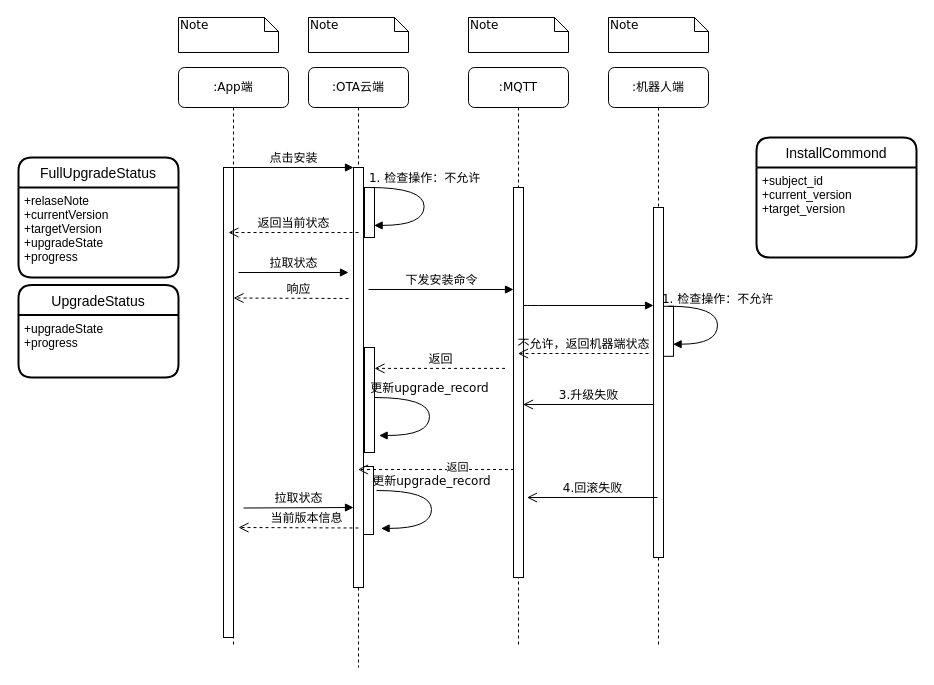
This is craft/ex upgrade_flow.drawio from feihu618/drawio, a draw.io file, before an edit. Source tidied: cells renumbered, new cells numbered last; positions are measured from the earlier drawing's top-left corner, leaving out a move shared by most shapes. Both pictures are drawn from the tidied source at 100%, with x=0, y=0 at pixel (18, 17).
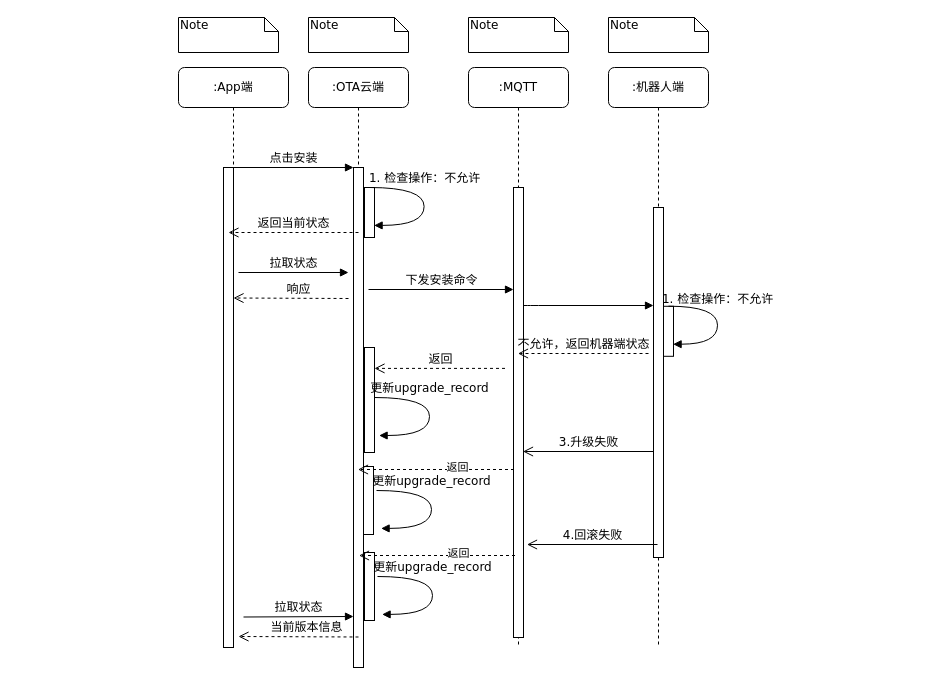
Above is the later version.

The change refers to these unchanged cells:
```xml
<mxCell id="2" value=":OTA云端" style="shape=umlLifeline;perimeter=lifelinePerimeter;whiteSpace=wrap;html=1;rounded=1;shadow=0;comic=0;labelBackgroundColor=none;strokeWidth=1;fontFamily=Verdana;fontSize=12;align=center;" parent="1" vertex="1">
  <mxGeometry x="290" y="50" width="100" height="600" as="geometry" />
</mxCell>
<mxCell id="9" value=":MQTT" style="shape=umlLifeline;perimeter=lifelinePerimeter;whiteSpace=wrap;html=1;rounded=1;shadow=0;comic=0;labelBackgroundColor=none;strokeWidth=1;fontFamily=Verdana;fontSize=12;align=center;" parent="1" vertex="1">
  <mxGeometry x="450" y="50" width="100" height="580" as="geometry" />
</mxCell>
<mxCell id="14" value=":App端" style="shape=umlLifeline;perimeter=lifelinePerimeter;whiteSpace=wrap;html=1;rounded=1;shadow=0;comic=0;labelBackgroundColor=none;strokeWidth=1;fontFamily=Verdana;fontSize=12;align=center;" parent="1" vertex="1">
  <mxGeometry x="160" y="50" width="110" height="580" as="geometry" />
</mxCell>
```

What changed in the source:
```diff
@@
     <mxCell id="3" style="html=1;points=[];perimeter=orthogonalPerimeter;rounded=0;shadow=0;comic=0;labelBackgroundColor=none;strokeWidth=1;fontFamily=Verdana;fontSize=12;align=center;" parent="2" vertex="1">
-      <mxGeometry x="45" y="100" width="10" height="420" as="geometry" />
+      <mxGeometry x="45" y="100" width="10" height="500" as="geometry" />
     </mxCell>
@@
     <mxCell id="5" value="拉取状态" style="html=1;verticalAlign=bottom;endArrow=block;entryX=0;entryY=0;labelBackgroundColor=none;fontFamily=Verdana;fontSize=12;edgeStyle=elbowEdgeStyle;elbow=vertical;" parent="2" edge="1">
       <mxGeometry relative="1" as="geometry">
-        <mxPoint x="-65" y="440.5" as="sourcePoint" />
-        <mxPoint x="45" y="440" as="targetPoint" />
+        <mxPoint x="-65" y="549.5" as="sourcePoint" />
+        <mxPoint x="45" y="549" as="targetPoint" />
         <Array as="points">
-          <mxPoint x="-80" y="440" />
+          <mxPoint x="-80" y="549" />
         </Array>
       </mxGeometry>
     </mxCell>
@@
     <mxCell id="10" style="html=1;perimeter=orthogonalPerimeter;rounded=0;shadow=0;comic=0;labelBackgroundColor=none;strokeWidth=1;fontFamily=Verdana;fontSize=12;align=center;" parent="9" vertex="1">
-      <mxGeometry x="45" y="120" width="10" height="390" as="geometry" />
+      <mxGeometry x="45" y="120" width="10" height="450" as="geometry" />
     </mxCell>
@@
     <mxCell id="15" style="html=1;points=[];perimeter=orthogonalPerimeter;rounded=0;shadow=0;comic=0;labelBackgroundColor=none;strokeWidth=1;fontFamily=Verdana;fontSize=12;align=center;" parent="14" vertex="1">
-      <mxGeometry x="45" y="100" width="10" height="470" as="geometry" />
+      <mxGeometry x="45" y="100" width="10" height="480" as="geometry" />
     </mxCell>
@@
     <mxCell id="30" value="3.升级失败" style="html=1;verticalAlign=bottom;endArrow=open;endSize=8;labelBackgroundColor=none;fontFamily=Verdana;fontSize=12;" parent="1" edge="1">
       <mxGeometry relative="1" as="geometry">
-        <mxPoint x="635" y="387" as="sourcePoint" />
-        <mxPoint x="504.5" y="387" as="targetPoint" />
+        <mxPoint x="635" y="434" as="sourcePoint" />
+        <mxPoint x="504.5" y="434" as="targetPoint" />
       </mxGeometry>
     </mxCell>
     <mxCell id="31" value="当前版本信息" style="html=1;verticalAlign=bottom;endArrow=open;dashed=1;endSize=8;labelBackgroundColor=none;fontFamily=Verdana;fontSize=12;" parent="1" edge="1">
       <mxGeometry x="-0.13" relative="1" as="geometry">
-        <mxPoint x="340" y="510.5" as="sourcePoint" />
-        <mxPoint x="220" y="510" as="targetPoint" />
+        <mxPoint x="340" y="619.5" as="sourcePoint" />
+        <mxPoint x="220" y="619" as="targetPoint" />
       </mxGeometry>
     </mxCell>
@@
-    <mxCell id="33" value="InstallCommond" style="swimlane;horizontal=1;startSize=30;rounded=1;fontSize=14;fontStyle=0;strokeWidth=2;shadow=0;dashed=0;align=center;" parent="1" vertex="1">
-      <mxGeometry x="738" y="120" width="160" height="120" as="geometry" />
-    </mxCell>
-    <mxCell id="34" value="+subject_id&#10;+current_version&#10;+target_version" style="align=left;strokeColor=none;fillColor=none;spacingLeft=4;fontSize=12;verticalAlign=top;" parent="33" vertex="1">
-      <mxGeometry y="30" width="160" height="90" as="geometry" />
-    </mxCell>
@@
-    <mxCell id="38" value="UpgradeStatus" style="swimlane;horizontal=1;startSize=30;rounded=1;fontSize=14;fontStyle=0;strokeWidth=2;shadow=0;dashed=0;align=center;" parent="1" vertex="1">
-      <mxGeometry y="267.5" width="160" height="92.5" as="geometry" />
-    </mxCell>
-    <mxCell id="39" value="+upgradeState&#10;+progress" style="align=left;strokeColor=none;fillColor=none;spacingLeft=4;fontSize=12;verticalAlign=top;" parent="38" vertex="1">
-      <mxGeometry y="30" width="160" height="62.5" as="geometry" />
-    </mxCell>
-    <mxCell id="40" value="FullUpgradeStatus" style="swimlane;horizontal=1;startSize=30;rounded=1;fontSize=14;fontStyle=0;strokeWidth=2;shadow=0;dashed=0;align=center;" parent="1" vertex="1">
-      <mxGeometry y="140" width="160" height="120" as="geometry" />
-    </mxCell>
-    <mxCell id="41" value="+relaseNote&#10;+currentVersion&#10;+targetVersion&#10;+upgradeState&#10;+progress" style="align=left;strokeColor=none;fillColor=none;spacingLeft=4;fontSize=12;verticalAlign=top;" parent="40" vertex="1">
-      <mxGeometry y="30" width="160" height="90" as="geometry" />
-    </mxCell>
     <mxCell id="42" value="4.回滚失败" style="html=1;verticalAlign=bottom;endArrow=open;endSize=8;labelBackgroundColor=none;fontFamily=Verdana;fontSize=12;" parent="1" edge="1">
       <mxGeometry relative="1" as="geometry">
-        <mxPoint x="639" y="480" as="sourcePoint" />
-        <mxPoint x="508.5" y="480" as="targetPoint" />
+        <mxPoint x="639" y="527" as="sourcePoint" />
+        <mxPoint x="508.5" y="527" as="targetPoint" />
       </mxGeometry>
     </mxCell>
+    <mxCell id="43" style="html=1;perimeter=orthogonalPerimeter;rounded=0;shadow=0;comic=0;labelBackgroundColor=none;strokeWidth=1;fontFamily=Verdana;fontSize=12;align=center;" parent="1" vertex="1">
+      <mxGeometry x="346" y="535" width="10" height="68" as="geometry" />
+    </mxCell>
+    <mxCell id="44" style="html=1;verticalAlign=bottom;endArrow=open;endSize=8;labelBackgroundColor=none;fontFamily=Verdana;fontSize=12;dashed=1;" parent="1" edge="1">
+      <mxGeometry relative="1" as="geometry">
+        <mxPoint x="496.5" y="538" as="sourcePoint" />
+        <mxPoint x="340.5" y="538" as="targetPoint" />
+      </mxGeometry>
+    </mxCell>
+    <mxCell id="45" value="返回" style="edgeLabel;html=1;align=center;verticalAlign=middle;" parent="44" vertex="1">
+      <mxGeometry x="-0.26" y="-3" relative="1" as="geometry">
+        <mxPoint x="1" as="offset" />
+      </mxGeometry>
+    </mxCell>
+    <mxCell id="46" value="更新upgrade_record" style="html=1;verticalAlign=bottom;endArrow=block;labelBackgroundColor=none;fontFamily=Verdana;fontSize=12;elbow=vertical;edgeStyle=orthogonalEdgeStyle;curved=1;entryX=1;entryY=0.286;entryPerimeter=0;exitX=1.038;exitY=0.345;exitPerimeter=0;" parent="1" edge="1">
+      <mxGeometry x="-0.23" relative="1" as="geometry">
+        <mxPoint x="359" y="559" as="sourcePoint" />
+        <mxPoint x="363.6" y="596.9" as="targetPoint" />
+        <Array as="points">
+          <mxPoint x="414" y="559" />
+          <mxPoint x="414" y="597" />
+        </Array>
+      </mxGeometry>
+    </mxCell>
```
